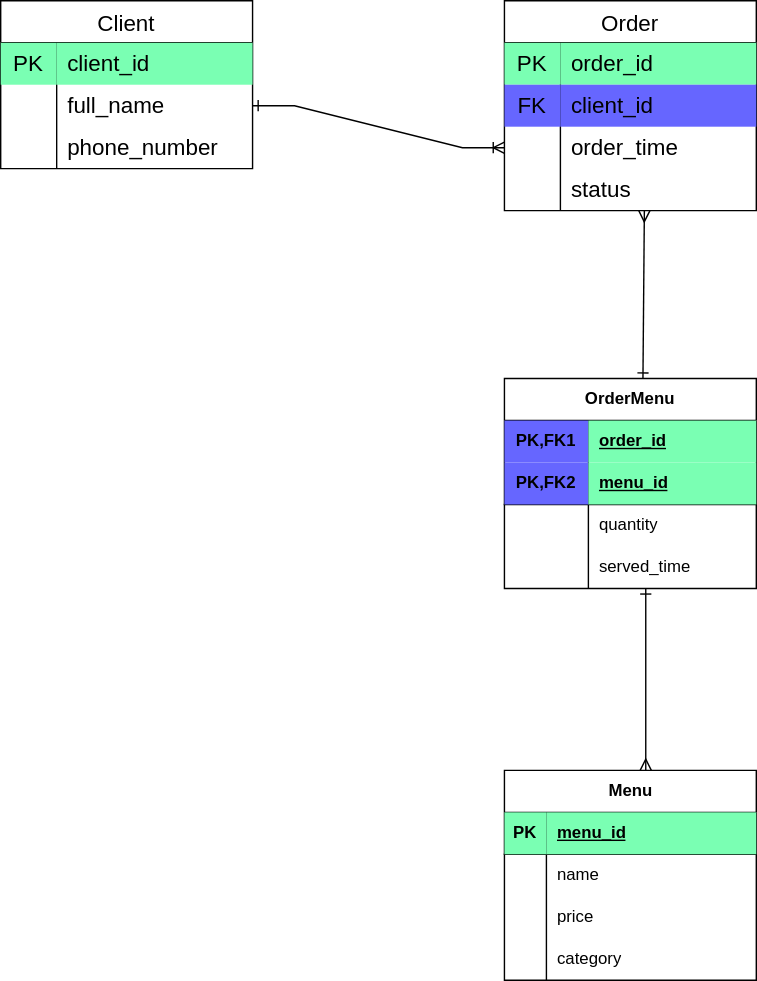
This is data modeling/lesson1/logical data modeling.drawio.svg from PavArtyom/DE03-onl-Artyom-Pavlovets, a draw.io export, as it was before one commit. Source tidied: cells renumbered, new cells last; positions are measured from the earlier drawing's top-left corner, leaving out a move shared by most shapes. The source it was exported from:
```xml
<mxGraphModel>
  <root>
    <mxCell id="0" />
    <mxCell id="1" parent="0" />
    <mxCell id="2" value="Client" style="shape=table;startSize=30;rowLines=0;fontStyle=0;strokeColor=default;fontSize=16;" parent="1" vertex="1">
      <mxGeometry width="180" height="120" as="geometry" />
    </mxCell>
    <mxCell id="3" style="shape=tableRow;horizontal=0;startSize=0;swimlaneHead=0;swimlaneBody=0;top=0;left=0;bottom=0;right=0;fillColor=none;strokeColor=inherit;fontSize=16;" parent="2" vertex="1">
      <mxGeometry y="30" width="180" height="30" as="geometry" />
    </mxCell>
    <mxCell id="4" value="PK" style="shape=partialRectangle;html=1;whiteSpace=wrap;fillColor=#7AFFB3;top=0;left=0;bottom=0;right=0;overflow=hidden;strokeColor=inherit;fontSize=16;" parent="3" vertex="1">
      <mxGeometry width="40" height="30" as="geometry" />
    </mxCell>
    <mxCell id="5" value="client_id" style="shape=partialRectangle;html=1;whiteSpace=wrap;fillColor=#7AFFB3;top=0;left=0;bottom=0;right=0;align=left;spacingLeft=6;overflow=hidden;strokeColor=inherit;fontSize=16;" parent="3" vertex="1">
      <mxGeometry x="40" width="140" height="30" as="geometry" />
    </mxCell>
    <mxCell id="6" style="shape=tableRow;horizontal=0;startSize=0;swimlaneHead=0;swimlaneBody=0;top=0;left=0;bottom=0;right=0;fillColor=none;points=[[0,0.5],[1,0.5]];portConstraint=eastwest;strokeColor=inherit;fontSize=16;" parent="2" vertex="1">
      <mxGeometry y="60" width="180" height="30" as="geometry" />
    </mxCell>
    <mxCell id="7" style="shape=partialRectangle;html=1;whiteSpace=wrap;fillColor=none;top=0;left=0;bottom=0;right=0;overflow=hidden;strokeColor=inherit;fontSize=16;" parent="6" vertex="1">
      <mxGeometry width="40" height="30" as="geometry" />
    </mxCell>
    <mxCell id="8" value="full_name" style="shape=partialRectangle;html=1;whiteSpace=wrap;fillColor=none;top=0;left=0;bottom=0;right=0;align=left;spacingLeft=6;overflow=hidden;strokeColor=inherit;fontSize=16;" parent="6" vertex="1">
      <mxGeometry x="40" width="140" height="30" as="geometry" />
    </mxCell>
    <mxCell id="9" style="shape=tableRow;horizontal=0;startSize=0;swimlaneHead=0;swimlaneBody=0;top=0;left=0;bottom=0;right=0;fillColor=none;strokeColor=inherit;fontSize=16;" parent="2" vertex="1">
      <mxGeometry y="90" width="180" height="30" as="geometry" />
    </mxCell>
    <mxCell id="10" style="shape=partialRectangle;html=1;whiteSpace=wrap;fillColor=none;top=0;left=0;bottom=0;right=0;overflow=hidden;strokeColor=inherit;fontSize=16;" parent="9" vertex="1">
      <mxGeometry width="40" height="30" as="geometry" />
    </mxCell>
    <mxCell id="11" value="phone_number" style="shape=partialRectangle;html=1;whiteSpace=wrap;fillColor=none;top=0;left=0;bottom=0;right=0;align=left;spacingLeft=6;overflow=hidden;strokeColor=inherit;fontSize=16;" parent="9" vertex="1">
      <mxGeometry x="40" width="140" height="30" as="geometry" />
    </mxCell>
    <mxCell id="12" value="Order" style="shape=table;startSize=30;rowLines=0;fontStyle=0;strokeColor=default;fontSize=16;" parent="1" vertex="1">
      <mxGeometry x="360" width="180" height="150" as="geometry" />
    </mxCell>
    <mxCell id="13" style="shape=tableRow;horizontal=0;startSize=0;swimlaneHead=0;swimlaneBody=0;top=0;left=0;bottom=0;right=0;fillColor=none;strokeColor=inherit;fontSize=16;" parent="12" vertex="1">
      <mxGeometry y="30" width="180" height="30" as="geometry" />
    </mxCell>
    <mxCell id="14" value="PK" style="shape=partialRectangle;html=1;whiteSpace=wrap;fillColor=#7AFFB3;top=0;left=0;bottom=0;right=0;overflow=hidden;strokeColor=inherit;fontSize=16;" parent="13" vertex="1">
      <mxGeometry width="40" height="30" as="geometry" />
    </mxCell>
    <mxCell id="15" value="order_id" style="shape=partialRectangle;html=1;whiteSpace=wrap;fillColor=#7AFFB3;top=0;left=0;bottom=0;right=0;align=left;spacingLeft=6;overflow=hidden;strokeColor=inherit;fontSize=16;" parent="13" vertex="1">
      <mxGeometry x="40" width="140" height="30" as="geometry" />
    </mxCell>
    <mxCell id="16" style="shape=tableRow;horizontal=0;startSize=0;swimlaneHead=0;swimlaneBody=0;top=0;left=0;bottom=0;right=0;fillColor=none;strokeColor=inherit;fontSize=16;" parent="12" vertex="1">
      <mxGeometry y="60" width="180" height="30" as="geometry" />
    </mxCell>
    <mxCell id="17" value="FK" style="shape=partialRectangle;html=1;whiteSpace=wrap;fillColor=#6666FF;top=0;left=0;bottom=0;right=0;overflow=hidden;strokeColor=inherit;fontSize=16;" parent="16" vertex="1">
      <mxGeometry width="40" height="30" as="geometry" />
    </mxCell>
    <mxCell id="18" value="client_id" style="shape=partialRectangle;html=1;whiteSpace=wrap;fillColor=#6666FF;top=0;left=0;bottom=0;right=0;align=left;spacingLeft=6;overflow=hidden;strokeColor=inherit;fontSize=16;" parent="16" vertex="1">
      <mxGeometry x="40" width="140" height="30" as="geometry" />
    </mxCell>
    <mxCell id="19" style="shape=tableRow;horizontal=0;startSize=0;swimlaneHead=0;swimlaneBody=0;top=0;left=0;bottom=0;right=0;fillColor=none;points=[[0,0.5],[1,0.5]];portConstraint=eastwest;strokeColor=inherit;fontSize=16;" parent="12" vertex="1">
      <mxGeometry y="90" width="180" height="30" as="geometry" />
    </mxCell>
    <mxCell id="20" style="shape=partialRectangle;html=1;whiteSpace=wrap;fillColor=none;top=0;left=0;bottom=0;right=0;overflow=hidden;strokeColor=inherit;fontSize=16;" parent="19" vertex="1">
      <mxGeometry width="40" height="30" as="geometry" />
    </mxCell>
    <mxCell id="21" value="order_time" style="shape=partialRectangle;html=1;whiteSpace=wrap;fillColor=none;top=0;left=0;bottom=0;right=0;align=left;spacingLeft=6;overflow=hidden;strokeColor=inherit;fontSize=16;" parent="19" vertex="1">
      <mxGeometry x="40" width="140" height="30" as="geometry" />
    </mxCell>
    <mxCell id="22" style="shape=tableRow;horizontal=0;startSize=0;swimlaneHead=0;swimlaneBody=0;top=0;left=0;bottom=0;right=0;fillColor=none;strokeColor=inherit;fontSize=16;" parent="12" vertex="1">
      <mxGeometry y="120" width="180" height="30" as="geometry" />
    </mxCell>
    <mxCell id="23" style="shape=partialRectangle;html=1;whiteSpace=wrap;fillColor=none;top=0;left=0;bottom=0;right=0;overflow=hidden;strokeColor=inherit;fontSize=16;" parent="22" vertex="1">
      <mxGeometry width="40" height="30" as="geometry" />
    </mxCell>
    <mxCell id="24" value="status" style="shape=partialRectangle;html=1;whiteSpace=wrap;fillColor=none;top=0;left=0;bottom=0;right=0;align=left;spacingLeft=6;overflow=hidden;strokeColor=inherit;fontSize=16;" parent="22" vertex="1">
      <mxGeometry x="40" width="140" height="30" as="geometry" />
    </mxCell>
    <mxCell id="25" style="edgeStyle=entityRelationEdgeStyle;fontSize=12;html=1;endArrow=ERoneToMany;rounded=0;startArrow=ERone;startFill=0;entryX=0;entryY=0.5;entryDx=0;entryDy=0;exitX=1;exitY=0.5;exitDx=0;exitDy=0;" parent="1" edge="1" source="6" target="19">
      <mxGeometry relative="1" as="geometry" />
    </mxCell>
    <mxCell id="26" value="OrderMenu" style="shape=table;startSize=30;rowLines=0;fontStyle=1;align=center;html=1;whiteSpace=wrap;" parent="1" vertex="1">
      <mxGeometry x="360" y="270" width="180" height="150" as="geometry" />
    </mxCell>
    <mxCell id="27" style="shape=tableRow;horizontal=0;startSize=0;swimlaneHead=0;swimlaneBody=0;fillColor=none;top=0;left=0;right=0;bottom=0;html=1;" parent="26" vertex="1">
      <mxGeometry y="30" width="180" height="30" as="geometry" />
    </mxCell>
    <mxCell id="28" value="PK,FK1" style="shape=partialRectangle;fillColor=#6666FF;top=0;left=0;bottom=0;right=0;fontStyle=1;overflow=hidden;html=1;whiteSpace=wrap;" parent="27" vertex="1">
      <mxGeometry width="60" height="30" as="geometry" />
    </mxCell>
    <mxCell id="29" value="order_id" style="shape=partialRectangle;fillColor=#7AFFB3;top=0;left=0;bottom=0;right=0;align=left;spacingLeft=6;fontStyle=5;overflow=hidden;html=1;whiteSpace=wrap;" parent="27" vertex="1">
      <mxGeometry x="60" width="120" height="30" as="geometry" />
    </mxCell>
    <mxCell id="30" style="shape=tableRow;horizontal=0;startSize=0;swimlaneHead=0;swimlaneBody=0;fillColor=none;top=0;left=0;right=0;bottom=1;html=1;" parent="26" vertex="1">
      <mxGeometry y="60" width="180" height="30" as="geometry" />
    </mxCell>
    <mxCell id="31" value="PK,FK2" style="shape=partialRectangle;fillColor=#6666FF;top=0;left=0;bottom=0;right=0;fontStyle=1;overflow=hidden;html=1;whiteSpace=wrap;" parent="30" vertex="1">
      <mxGeometry width="60" height="30" as="geometry" />
    </mxCell>
    <mxCell id="32" value="menu_id" style="shape=partialRectangle;fillColor=#7AFFB3;top=0;left=0;bottom=0;right=0;align=left;spacingLeft=6;fontStyle=5;overflow=hidden;html=1;whiteSpace=wrap;" parent="30" vertex="1">
      <mxGeometry x="60" width="120" height="30" as="geometry" />
    </mxCell>
    <mxCell id="33" style="shape=tableRow;horizontal=0;startSize=0;swimlaneHead=0;swimlaneBody=0;fillColor=none;top=0;left=0;right=0;bottom=0;html=1;" parent="26" vertex="1">
      <mxGeometry y="90" width="180" height="30" as="geometry" />
    </mxCell>
    <mxCell id="34" style="shape=partialRectangle;fillColor=none;top=0;left=0;bottom=0;right=0;overflow=hidden;html=1;whiteSpace=wrap;" parent="33" vertex="1">
      <mxGeometry width="60" height="30" as="geometry" />
    </mxCell>
    <mxCell id="35" value="quantity" style="shape=partialRectangle;fillColor=none;top=0;left=0;bottom=0;right=0;align=left;spacingLeft=6;overflow=hidden;html=1;whiteSpace=wrap;" parent="33" vertex="1">
      <mxGeometry x="60" width="120" height="30" as="geometry" />
    </mxCell>
    <mxCell id="36" style="shape=tableRow;horizontal=0;startSize=0;swimlaneHead=0;swimlaneBody=0;fillColor=none;top=0;left=0;right=0;bottom=0;html=1;" parent="26" vertex="1">
      <mxGeometry y="120" width="180" height="30" as="geometry" />
    </mxCell>
    <mxCell id="37" style="shape=partialRectangle;fillColor=none;top=0;left=0;bottom=0;right=0;overflow=hidden;html=1;whiteSpace=wrap;" parent="36" vertex="1">
      <mxGeometry width="60" height="30" as="geometry" />
    </mxCell>
    <mxCell id="38" value="served_time" style="shape=partialRectangle;fillColor=none;top=0;left=0;bottom=0;right=0;align=left;spacingLeft=6;overflow=hidden;html=1;whiteSpace=wrap;" parent="36" vertex="1">
      <mxGeometry x="60" width="120" height="30" as="geometry" />
    </mxCell>
    <mxCell id="39" style="endArrow=ERone;html=1;rounded=0;startArrow=ERmany;startFill=0;endFill=0;" parent="1" edge="1">
      <mxGeometry relative="1" as="geometry">
        <mxPoint x="460" y="150" as="sourcePoint" />
        <mxPoint x="459" y="270" as="targetPoint" />
      </mxGeometry>
    </mxCell>
    <mxCell id="40" value="Menu" style="shape=table;startSize=30;rowLines=0;fontStyle=1;align=center;html=1;" parent="1" vertex="1">
      <mxGeometry x="360" y="550" width="180" height="150" as="geometry" />
    </mxCell>
    <mxCell id="41" style="shape=tableRow;horizontal=0;startSize=0;swimlaneHead=0;swimlaneBody=0;fillColor=none;top=0;left=0;right=0;bottom=1;" parent="40" vertex="1">
      <mxGeometry y="30" width="180" height="30" as="geometry" />
    </mxCell>
    <mxCell id="42" value="PK" style="shape=partialRectangle;fillColor=#7AFFB3;top=0;left=0;bottom=0;right=0;fontStyle=1;overflow=hidden;whiteSpace=wrap;html=1;" parent="41" vertex="1">
      <mxGeometry width="30" height="30" as="geometry" />
    </mxCell>
    <mxCell id="43" value="menu_id" style="shape=partialRectangle;fillColor=#7AFFB3;top=0;left=0;bottom=0;right=0;align=left;spacingLeft=6;fontStyle=5;overflow=hidden;whiteSpace=wrap;html=1;" parent="41" vertex="1">
      <mxGeometry x="30" width="150" height="30" as="geometry" />
    </mxCell>
    <mxCell id="44" style="shape=tableRow;horizontal=0;startSize=0;swimlaneHead=0;swimlaneBody=0;fillColor=none;top=0;left=0;right=0;bottom=0;" parent="40" vertex="1">
      <mxGeometry y="60" width="180" height="30" as="geometry" />
    </mxCell>
    <mxCell id="45" style="shape=partialRectangle;fillColor=none;top=0;left=0;bottom=0;right=0;overflow=hidden;whiteSpace=wrap;html=1;" parent="44" vertex="1">
      <mxGeometry width="30" height="30" as="geometry" />
    </mxCell>
    <mxCell id="46" value="name" style="shape=partialRectangle;fillColor=none;top=0;left=0;bottom=0;right=0;align=left;spacingLeft=6;overflow=hidden;whiteSpace=wrap;html=1;" parent="44" vertex="1">
      <mxGeometry x="30" width="150" height="30" as="geometry" />
    </mxCell>
    <mxCell id="47" style="shape=tableRow;horizontal=0;startSize=0;swimlaneHead=0;swimlaneBody=0;fillColor=none;top=0;left=0;right=0;bottom=0;" parent="40" vertex="1">
      <mxGeometry y="90" width="180" height="30" as="geometry" />
    </mxCell>
    <mxCell id="48" style="shape=partialRectangle;fillColor=none;top=0;left=0;bottom=0;right=0;overflow=hidden;whiteSpace=wrap;html=1;" parent="47" vertex="1">
      <mxGeometry width="30" height="30" as="geometry" />
    </mxCell>
    <mxCell id="49" value="price" style="shape=partialRectangle;fillColor=none;top=0;left=0;bottom=0;right=0;align=left;spacingLeft=6;overflow=hidden;whiteSpace=wrap;html=1;" parent="47" vertex="1">
      <mxGeometry x="30" width="150" height="30" as="geometry" />
    </mxCell>
    <mxCell id="50" style="shape=tableRow;horizontal=0;startSize=0;swimlaneHead=0;swimlaneBody=0;fillColor=none;top=0;left=0;right=0;bottom=0;" parent="40" vertex="1">
      <mxGeometry y="120" width="180" height="30" as="geometry" />
    </mxCell>
    <mxCell id="51" style="shape=partialRectangle;fillColor=none;top=0;left=0;bottom=0;right=0;overflow=hidden;whiteSpace=wrap;html=1;" parent="50" vertex="1">
      <mxGeometry width="30" height="30" as="geometry" />
    </mxCell>
    <mxCell id="52" value="category" style="shape=partialRectangle;fillColor=none;top=0;left=0;bottom=0;right=0;align=left;spacingLeft=6;overflow=hidden;whiteSpace=wrap;html=1;" parent="50" vertex="1">
      <mxGeometry x="30" width="150" height="30" as="geometry" />
    </mxCell>
    <mxCell id="53" style="endArrow=ERmany;html=1;rounded=0;startArrow=ERone;startFill=0;endFill=0;" parent="1" edge="1">
      <mxGeometry relative="1" as="geometry">
        <mxPoint x="461" y="420" as="sourcePoint" />
        <mxPoint x="461" y="550" as="targetPoint" />
      </mxGeometry>
    </mxCell>
  </root>
</mxGraphModel>
```
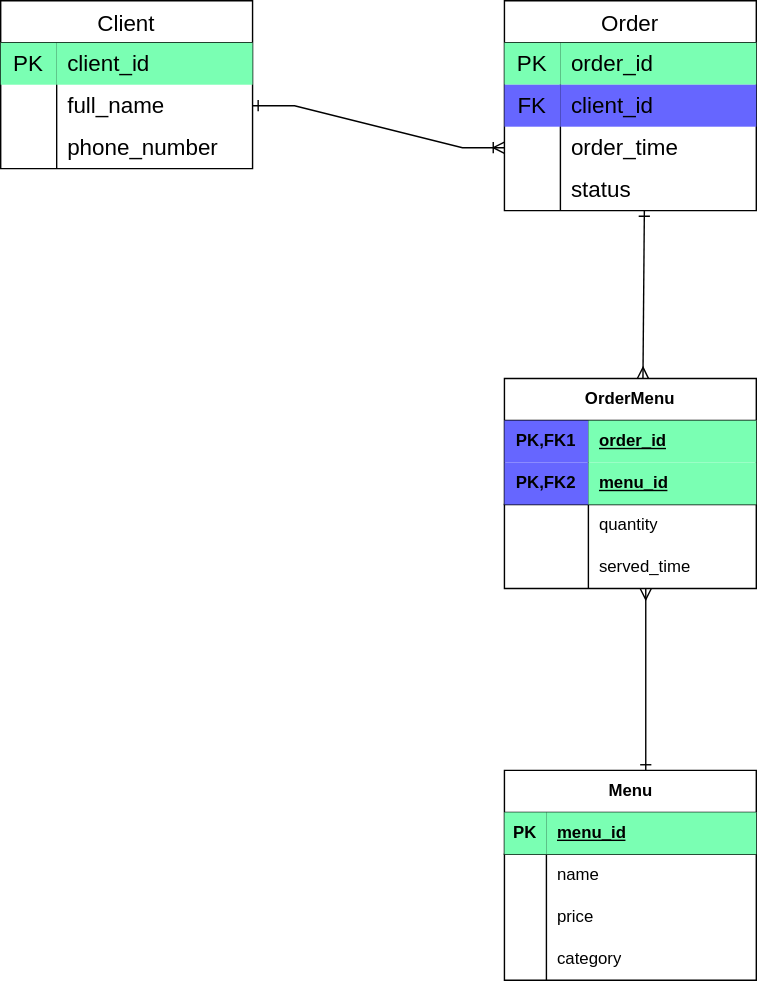
The same diagram one commit later.

Change to the diagram source:
```diff
@@ -113,7 +113,7 @@
     <mxCell id="38" value="served_time" style="shape=partialRectangle;fillColor=none;top=0;left=0;bottom=0;right=0;align=left;spacingLeft=6;overflow=hidden;html=1;whiteSpace=wrap;" parent="36" vertex="1">
       <mxGeometry x="60" width="120" height="30" as="geometry" />
     </mxCell>
-    <mxCell id="39" style="endArrow=ERone;html=1;rounded=0;startArrow=ERmany;startFill=0;endFill=0;" parent="1" edge="1">
+    <mxCell id="39" style="endArrow=ERmany;html=1;rounded=0;startArrow=ERone;startFill=0;endFill=0;" parent="1" edge="1">
       <mxGeometry relative="1" as="geometry">
         <mxPoint x="460" y="150" as="sourcePoint" />
         <mxPoint x="459" y="270" as="targetPoint" />
@@ -158,7 +158,7 @@
     <mxCell id="52" value="category" style="shape=partialRectangle;fillColor=none;top=0;left=0;bottom=0;right=0;align=left;spacingLeft=6;overflow=hidden;whiteSpace=wrap;html=1;" parent="50" vertex="1">
       <mxGeometry x="30" width="150" height="30" as="geometry" />
     </mxCell>
-    <mxCell id="53" style="endArrow=ERmany;html=1;rounded=0;startArrow=ERone;startFill=0;endFill=0;" parent="1" edge="1">
+    <mxCell id="53" style="endArrow=ERone;html=1;rounded=0;startArrow=ERmany;startFill=0;endFill=0;" parent="1" edge="1">
       <mxGeometry relative="1" as="geometry">
         <mxPoint x="461" y="420" as="sourcePoint" />
         <mxPoint x="461" y="550" as="targetPoint" />
```
